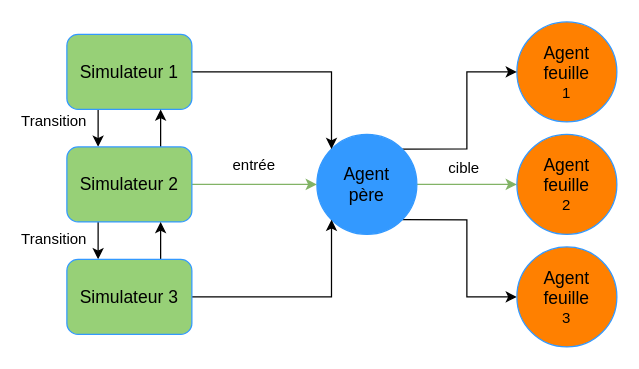
Above: images/Conception/DM/train_parent.drawio in Wissben/Master-Thesis (draw.io), before the change. Source tidied: cells renumbered, new cells numbered last; positions are measured from the earlier drawing's top-left corner, leaving out a move shared by most shapes. Both pictures are drawn from the tidied source at 125%, with x=0, y=0 at pixel (29, 21).
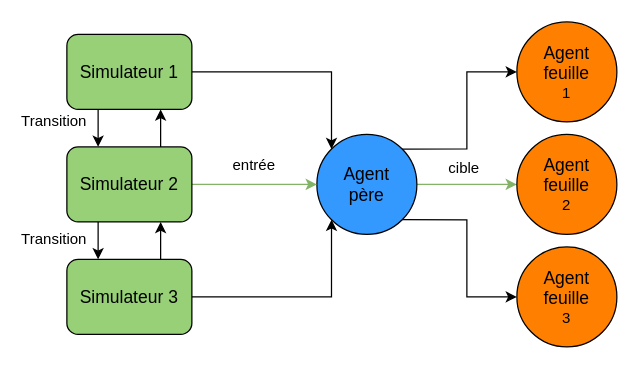
Above is the later version.

Change to the diagram source:
```diff
@@
-    <mxCell id="2" value="&lt;div style=&quot;font-size: 14px&quot;&gt;&lt;font style=&quot;font-size: 14px&quot;&gt;Agent &lt;br&gt;&lt;/font&gt;&lt;/div&gt;&lt;div style=&quot;font-size: 14px&quot;&gt;&lt;font style=&quot;font-size: 14px&quot;&gt;feuille&lt;br&gt;&lt;/font&gt;&lt;/div&gt;1" style="ellipse;whiteSpace=wrap;html=1;strokeColor=#3399FF;fillColor=#FF8000;" parent="1" vertex="1">
+    <mxCell id="2" value="&lt;div style=&quot;font-size: 14px&quot;&gt;&lt;font style=&quot;font-size: 14px&quot;&gt;Agent &lt;br&gt;&lt;/font&gt;&lt;/div&gt;&lt;div style=&quot;font-size: 14px&quot;&gt;&lt;font style=&quot;font-size: 14px&quot;&gt;feuille&lt;br&gt;&lt;/font&gt;&lt;/div&gt;1" style="ellipse;whiteSpace=wrap;html=1;strokeColor=#000000;fillColor=#FF8000;" parent="1" vertex="1">
       <mxGeometry x="390" width="80" height="80" as="geometry" />
     </mxCell>
@@
-    <mxCell id="6" value="&lt;div style=&quot;font-size: 14px&quot;&gt;&lt;font style=&quot;font-size: 14px&quot;&gt;Agent &lt;br&gt;&lt;/font&gt;&lt;/div&gt;&lt;div style=&quot;font-size: 14px&quot;&gt;&lt;font style=&quot;font-size: 14px&quot;&gt;père&lt;/font&gt;&lt;/div&gt;" style="ellipse;whiteSpace=wrap;html=1;strokeColor=#3399FF;fillColor=#3399FF;" parent="1" vertex="1">
+    <mxCell id="6" value="&lt;div style=&quot;font-size: 14px&quot;&gt;&lt;font style=&quot;font-size: 14px&quot;&gt;Agent &lt;br&gt;&lt;/font&gt;&lt;/div&gt;&lt;div style=&quot;font-size: 14px&quot;&gt;&lt;font style=&quot;font-size: 14px&quot;&gt;père&lt;/font&gt;&lt;/div&gt;" style="ellipse;whiteSpace=wrap;html=1;strokeColor=#000000;fillColor=#3399FF;" parent="1" vertex="1">
       <mxGeometry x="230" y="90" width="80" height="80" as="geometry" />
     </mxCell>
-    <mxCell id="7" value="&lt;div style=&quot;font-size: 14px&quot;&gt;&lt;font style=&quot;font-size: 14px&quot;&gt;Agent&lt;/font&gt;&lt;/div&gt;&lt;div style=&quot;font-size: 14px&quot;&gt;&lt;font style=&quot;font-size: 14px&quot;&gt;feuille&lt;br&gt;&lt;/font&gt;&lt;/div&gt;2" style="ellipse;whiteSpace=wrap;html=1;strokeColor=#3399FF;fillColor=#FF8000;" parent="1" vertex="1">
+    <mxCell id="7" value="&lt;div style=&quot;font-size: 14px&quot;&gt;&lt;font style=&quot;font-size: 14px&quot;&gt;Agent&lt;/font&gt;&lt;/div&gt;&lt;div style=&quot;font-size: 14px&quot;&gt;&lt;font style=&quot;font-size: 14px&quot;&gt;feuille&lt;br&gt;&lt;/font&gt;&lt;/div&gt;2" style="ellipse;whiteSpace=wrap;html=1;strokeColor=#000000;fillColor=#FF8000;" parent="1" vertex="1">
       <mxGeometry x="390" y="90" width="80" height="80" as="geometry" />
     </mxCell>
-    <mxCell id="8" value="&lt;div style=&quot;font-size: 14px&quot;&gt;&lt;font style=&quot;font-size: 14px&quot;&gt;Agent&lt;/font&gt;&lt;/div&gt;&lt;div style=&quot;font-size: 14px&quot;&gt;&lt;font style=&quot;font-size: 14px&quot;&gt;feuille&lt;br&gt;&lt;/font&gt;&lt;/div&gt;3" style="ellipse;whiteSpace=wrap;html=1;strokeColor=#3399FF;fillColor=#FF8000;" parent="1" vertex="1">
+    <mxCell id="8" value="&lt;div style=&quot;font-size: 14px&quot;&gt;&lt;font style=&quot;font-size: 14px&quot;&gt;Agent&lt;/font&gt;&lt;/div&gt;&lt;div style=&quot;font-size: 14px&quot;&gt;&lt;font style=&quot;font-size: 14px&quot;&gt;feuille&lt;br&gt;&lt;/font&gt;&lt;/div&gt;3" style="ellipse;whiteSpace=wrap;html=1;strokeColor=#000000;fillColor=#FF8000;" parent="1" vertex="1">
       <mxGeometry x="390" y="180" width="80" height="80" as="geometry" />
     </mxCell>
@@
-    <mxCell id="11" value="&lt;font style=&quot;font-size: 14px&quot;&gt;Simulateur 1&lt;/font&gt;" style="rounded=1;whiteSpace=wrap;html=1;strokeColor=#3399FF;fillColor=#97D077;" parent="1" vertex="1">
+    <mxCell id="11" value="&lt;font style=&quot;font-size: 14px&quot;&gt;Simulateur 1&lt;/font&gt;" style="rounded=1;whiteSpace=wrap;html=1;strokeColor=#000000;fillColor=#97D077;" parent="1" vertex="1">
       <mxGeometry x="30" y="10" width="100" height="60" as="geometry" />
     </mxCell>
@@
-    <mxCell id="15" value="&lt;font style=&quot;font-size: 14px&quot;&gt;Simulateur 2&lt;br&gt;&lt;/font&gt;" style="rounded=1;whiteSpace=wrap;html=1;strokeColor=#3399FF;fillColor=#97D077;" parent="1" vertex="1">
+    <mxCell id="15" value="&lt;font style=&quot;font-size: 14px&quot;&gt;Simulateur 2&lt;br&gt;&lt;/font&gt;" style="rounded=1;whiteSpace=wrap;html=1;strokeColor=#000000;fillColor=#97D077;" parent="1" vertex="1">
       <mxGeometry x="30" y="100" width="100" height="60" as="geometry" />
     </mxCell>
@@
-    <mxCell id="18" value="&lt;font style=&quot;font-size: 14px&quot;&gt;Simulateur 3&lt;br&gt;&lt;/font&gt;" style="rounded=1;whiteSpace=wrap;html=1;strokeColor=#3399FF;fillColor=#97D077;" parent="1" vertex="1">
+    <mxCell id="18" value="&lt;font style=&quot;font-size: 14px&quot;&gt;Simulateur 3&lt;br&gt;&lt;/font&gt;" style="rounded=1;whiteSpace=wrap;html=1;strokeColor=#000000;fillColor=#97D077;" parent="1" vertex="1">
       <mxGeometry x="30" y="190" width="100" height="60" as="geometry" />
     </mxCell>
```
